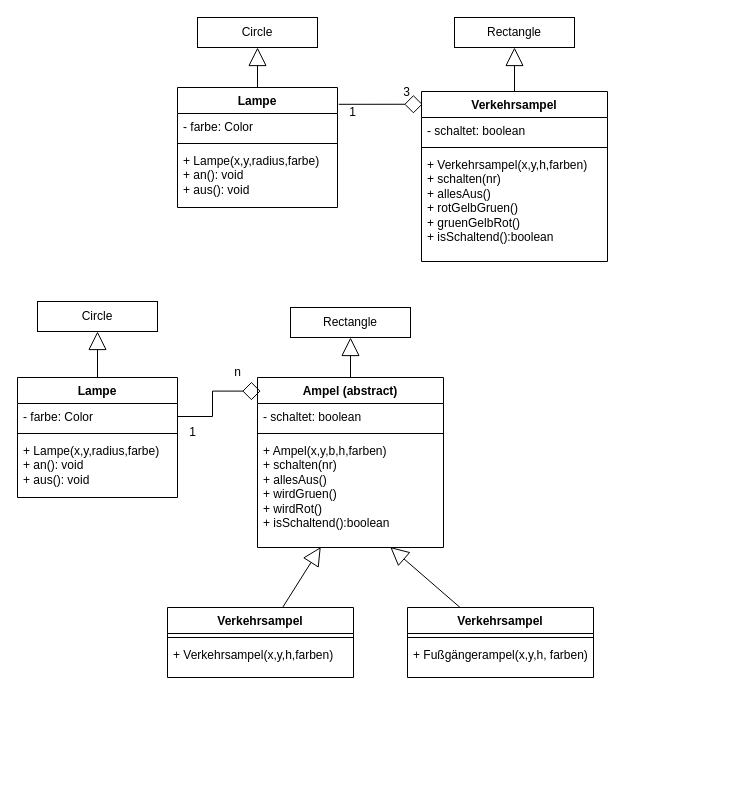
This is 00Informatik/OIDE_Ampel01/Ampel.drawio from Hi2272/Hi2272.github.io, a draw.io file, before an edit. Source tidied: cells renumbered, new cells numbered last; positions are measured from the earlier drawing's top-left corner, leaving out a move shared by most shapes. Both pictures are drawn from the tidied source at 100%, with x=0, y=0 at pixel (17, 17).
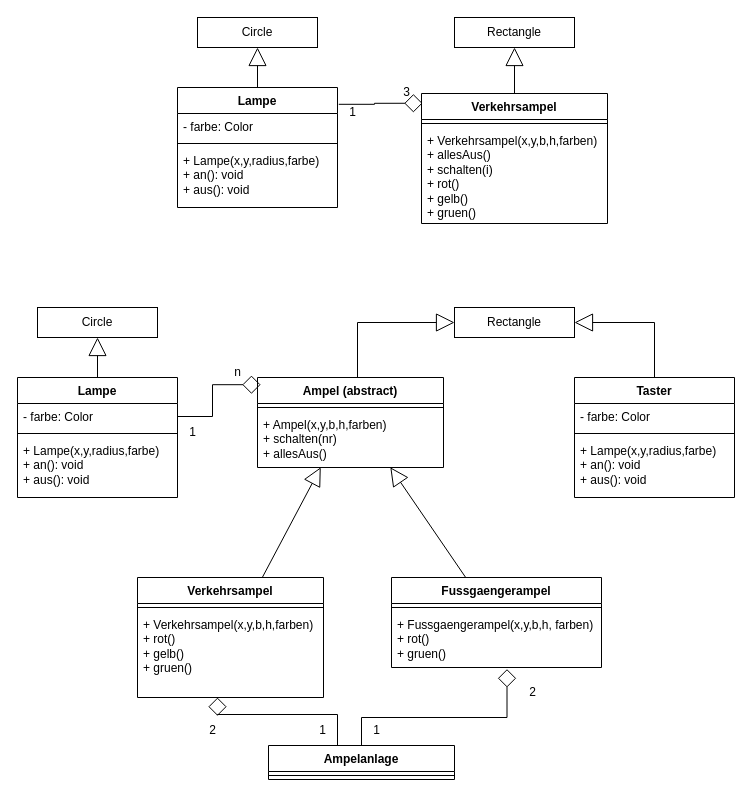
Above is the later version.

Diff of the diagram source:
```diff
@@
     <mxCell id="10" value="Verkehrsampel" style="swimlane;fontStyle=1;align=center;verticalAlign=top;horizontal=1;startSize=26;whiteSpace=wrap;html=1;" parent="1" vertex="1">
-      <mxGeometry x="404" y="74" width="186" height="170" as="geometry" />
+      <mxGeometry x="404" y="76" width="186" height="130" as="geometry" />
     </mxCell>
-    <mxCell id="11" value="- schaltet: boolean" style="text;strokeColor=none;fillColor=none;align=left;verticalAlign=top;spacingLeft=4;spacingRight=4;overflow=hidden;whiteSpace=wrap;html=1;" parent="10" vertex="1">
-      <mxGeometry y="26" width="186" height="26" as="geometry" />
-    </mxCell>
     <mxCell id="12" style="line;strokeWidth=1;fillColor=none;align=left;verticalAlign=middle;spacingTop=-1;spacingLeft=3;spacingRight=3;labelPosition=right;strokeColor=inherit;" parent="10" vertex="1">
-      <mxGeometry y="52" width="186" height="8" as="geometry" />
+      <mxGeometry y="26" width="186" height="8" as="geometry" />
     </mxCell>
-    <mxCell id="13" value="&lt;div&gt;+ Verkehrsampel(x,y,h,farben)&lt;/div&gt;+ schalten(nr)&lt;div&gt;+ allesAus()&lt;/div&gt;&lt;div&gt;+ rotGelbGruen()&lt;/div&gt;&lt;div&gt;+ gruenGelbRot()&lt;/div&gt;&lt;div&gt;+ isSchaltend():boolean&lt;/div&gt;" style="text;strokeColor=none;fillColor=none;align=left;verticalAlign=top;spacingLeft=4;spacingRight=4;overflow=hidden;whiteSpace=wrap;html=1;" parent="10" vertex="1">
-      <mxGeometry y="60" width="186" height="110" as="geometry" />
+    <mxCell id="13" value="&lt;div&gt;+ Verkehrsampel(x,y,b,h,farben)&lt;/div&gt;&lt;div&gt;+ allesAus()&lt;/div&gt;&lt;div&gt;+ schalten(i)&lt;/div&gt;&lt;div&gt;+ rot()&lt;/div&gt;&lt;div&gt;+ gelb()&lt;/div&gt;&lt;div&gt;+ gruen()&lt;/div&gt;" style="text;strokeColor=none;fillColor=none;align=left;verticalAlign=top;spacingLeft=4;spacingRight=4;overflow=hidden;whiteSpace=wrap;html=1;" parent="10" vertex="1">
+      <mxGeometry y="34" width="186" height="96" as="geometry" />
     </mxCell>
@@
-    <mxCell id="17" style="edgeStyle=orthogonalEdgeStyle;rounded=0;jettySize=auto;html=1;strokeColor=default;align=center;verticalAlign=middle;fontFamily=Helvetica;fontSize=11;fontColor=default;labelBackgroundColor=default;endArrow=block;endFill=0;endSize=16;" parent="1" edge="1" source="18" target="39">
-      <mxGeometry relative="1" as="geometry" />
+    <mxCell id="17" style="rounded=0;jettySize=auto;html=1;strokeColor=default;align=center;verticalAlign=middle;fontFamily=Helvetica;fontSize=11;fontColor=default;labelBackgroundColor=default;endArrow=block;endFill=0;endSize=16;edgeStyle=orthogonalEdgeStyle;" parent="1" edge="1" source="18" target="39">
+      <mxGeometry relative="1" as="geometry">
+        <Array as="points">
+          <mxPoint x="340" y="305" />
+        </Array>
+      </mxGeometry>
     </mxCell>
     <mxCell id="18" value="Ampel (abstract)" style="swimlane;fontStyle=1;align=center;verticalAlign=top;horizontal=1;startSize=26;whiteSpace=wrap;html=1;" parent="1" vertex="1">
-      <mxGeometry x="240" y="360" width="186" height="170" as="geometry" />
+      <mxGeometry x="240" y="360" width="186" height="90" as="geometry" />
     </mxCell>
-    <mxCell id="19" value="- schaltet: boolean" style="text;strokeColor=none;fillColor=none;align=left;verticalAlign=top;spacingLeft=4;spacingRight=4;overflow=hidden;whiteSpace=wrap;html=1;" parent="18" vertex="1">
-      <mxGeometry y="26" width="186" height="26" as="geometry" />
-    </mxCell>
     <mxCell id="20" style="line;strokeWidth=1;fillColor=none;align=left;verticalAlign=middle;spacingTop=-1;spacingLeft=3;spacingRight=3;labelPosition=right;strokeColor=inherit;" parent="18" vertex="1">
-      <mxGeometry y="52" width="186" height="8" as="geometry" />
+      <mxGeometry y="26" width="186" height="8" as="geometry" />
     </mxCell>
-    <mxCell id="21" value="&lt;div&gt;+ Ampel(x,y,b,h,farben)&lt;/div&gt;+ schalten(nr)&lt;div&gt;+ allesAus()&lt;/div&gt;&lt;div&gt;+ wirdGruen()&lt;/div&gt;&lt;div&gt;+ wirdRot()&lt;/div&gt;&lt;div&gt;+ isSchaltend():boolean&lt;/div&gt;" style="text;strokeColor=none;fillColor=none;align=left;verticalAlign=top;spacingLeft=4;spacingRight=4;overflow=hidden;points=[[0,0.5],[1,0.5]];portConstraint=eastwest;whiteSpace=wrap;html=1;" parent="18" vertex="1">
-      <mxGeometry y="60" width="186" height="110" as="geometry" />
+    <mxCell id="21" value="&lt;div&gt;+ Ampel(x,y,b,h,farben)&lt;/div&gt;+ schalten(nr)&lt;div&gt;+ allesAus()&lt;/div&gt;&lt;div&gt;&lt;br&gt;&lt;/div&gt;" style="text;strokeColor=none;fillColor=none;align=left;verticalAlign=top;spacingLeft=4;spacingRight=4;overflow=hidden;points=[[0,0.5],[1,0.5]];portConstraint=eastwest;whiteSpace=wrap;html=1;" parent="18" vertex="1">
+      <mxGeometry y="34" width="186" height="56" as="geometry" />
     </mxCell>
@@
     <mxCell id="30" value="Verkehrsampel" style="swimlane;fontStyle=1;align=center;verticalAlign=top;horizontal=1;startSize=26;whiteSpace=wrap;html=1;" parent="1" vertex="1">
-      <mxGeometry x="150" y="590" width="186" height="70" as="geometry" />
+      <mxGeometry x="120" y="560" width="186" height="120" as="geometry" />
     </mxCell>
@@
-    <mxCell id="32" value="&lt;div&gt;+ Verkehrsampel(x,y,h,farben)&lt;/div&gt;" style="text;strokeColor=none;fillColor=none;align=left;verticalAlign=top;spacingLeft=4;spacingRight=4;overflow=hidden;points=[[0,0.5],[1,0.5]];portConstraint=eastwest;whiteSpace=wrap;html=1;" parent="30" vertex="1">
-      <mxGeometry y="34" width="186" height="36" as="geometry" />
+    <mxCell id="32" value="&lt;div&gt;+ Verkehrsampel(x,y,b,h,farben)&lt;/div&gt;&lt;div&gt;+ rot()&lt;/div&gt;&lt;div&gt;+ gelb()&lt;/div&gt;&lt;div&gt;+ gruen()&lt;/div&gt;" style="text;strokeColor=none;fillColor=none;align=left;verticalAlign=top;spacingLeft=4;spacingRight=4;overflow=hidden;points=[[0,0.5],[1,0.5]];portConstraint=eastwest;whiteSpace=wrap;html=1;" parent="30" vertex="1">
+      <mxGeometry y="34" width="186" height="86" as="geometry" />
     </mxCell>
@@
-    <mxCell id="34" value="Verkehrsampel" style="swimlane;fontStyle=1;align=center;verticalAlign=top;horizontal=1;startSize=26;whiteSpace=wrap;html=1;" parent="1" vertex="1">
-      <mxGeometry x="390" y="590" width="186" height="70" as="geometry" />
+    <mxCell id="34" value="Fussgaengerampel" style="swimlane;fontStyle=1;align=center;verticalAlign=top;horizontal=1;startSize=26;whiteSpace=wrap;html=1;" parent="1" vertex="1">
+      <mxGeometry x="374" y="560" width="210" height="90" as="geometry" />
     </mxCell>
     <mxCell id="35" style="line;strokeWidth=1;fillColor=none;align=left;verticalAlign=middle;spacingTop=-1;spacingLeft=3;spacingRight=3;labelPosition=right;strokeColor=inherit;" parent="34" vertex="1">
-      <mxGeometry y="26" width="186" height="8" as="geometry" />
+      <mxGeometry y="26" width="210" height="8" as="geometry" />
     </mxCell>
-    <mxCell id="36" value="&lt;div&gt;+ Fußgängerampel(x,y,h, farben)&lt;/div&gt;" style="text;strokeColor=none;fillColor=none;align=left;verticalAlign=top;spacingLeft=4;spacingRight=4;overflow=hidden;points=[[0,0.5],[1,0.5]];portConstraint=eastwest;whiteSpace=wrap;html=1;" parent="34" vertex="1">
-      <mxGeometry y="34" width="186" height="36" as="geometry" />
+    <mxCell id="36" value="&lt;div&gt;+ Fussgaengerampel(x,y,b,h, farben)&lt;/div&gt;&lt;div&gt;+ rot()&lt;/div&gt;&lt;div&gt;+ gruen()&lt;/div&gt;" style="text;strokeColor=none;fillColor=none;align=left;verticalAlign=top;spacingLeft=4;spacingRight=4;overflow=hidden;points=[[0,0.5],[1,0.5]];portConstraint=eastwest;whiteSpace=wrap;html=1;" parent="34" vertex="1">
+      <mxGeometry y="34" width="210" height="56" as="geometry" />
     </mxCell>
@@
     <mxCell id="38" value="Circle" style="rounded=0;whiteSpace=wrap;html=1;" parent="1" vertex="1">
-      <mxGeometry x="20" y="284" width="120" height="30" as="geometry" />
+      <mxGeometry x="20" y="290" width="120" height="30" as="geometry" />
     </mxCell>
     <mxCell id="39" value="Rectangle" style="rounded=0;whiteSpace=wrap;html=1;" parent="1" vertex="1">
-      <mxGeometry x="273" y="290" width="120" height="30" as="geometry" />
+      <mxGeometry x="437" y="290" width="120" height="30" as="geometry" />
     </mxCell>
+    <mxCell id="40" value="Ampelanlage" style="swimlane;fontStyle=1;align=center;verticalAlign=top;horizontal=1;startSize=26;whiteSpace=wrap;html=1;" parent="1" vertex="1">
+      <mxGeometry x="251" y="728" width="186" height="34" as="geometry" />
+    </mxCell>
+    <mxCell id="41" style="line;strokeWidth=1;fillColor=none;align=left;verticalAlign=middle;spacingTop=-1;spacingLeft=3;spacingRight=3;labelPosition=right;strokeColor=inherit;" parent="40" vertex="1">
+      <mxGeometry y="26" width="186" height="8" as="geometry" />
+    </mxCell>
+    <mxCell id="42" style="edgeStyle=orthogonalEdgeStyle;rounded=0;jettySize=auto;html=1;endArrow=diamond;endFill=0;endSize=16;" parent="1" edge="1" source="40" target="32">
+      <mxGeometry relative="1" as="geometry">
+        <Array as="points">
+          <mxPoint x="320" y="697" />
+          <mxPoint x="200" y="697" />
+        </Array>
+      </mxGeometry>
+    </mxCell>
+    <mxCell id="43" style="edgeStyle=orthogonalEdgeStyle;rounded=0;jettySize=auto;html=1;entryX=0.55;entryY=1.028;entryDx=0;entryDy=0;entryPerimeter=0;endArrow=diamond;endFill=0;endSize=16;" parent="1" edge="1" source="40" target="36">
+      <mxGeometry relative="1" as="geometry">
+        <Array as="points">
+          <mxPoint x="344" y="700" />
+          <mxPoint x="489" y="700" />
+        </Array>
+      </mxGeometry>
+    </mxCell>
+    <mxCell id="44" value="2" style="text;html=1;align=center;verticalAlign=middle;strokeColor=none;fillColor=none;" parent="1" vertex="1">
+      <mxGeometry x="500" y="660" width="30" height="30" as="geometry" />
+    </mxCell>
+    <mxCell id="45" value="1" style="text;html=1;align=center;verticalAlign=middle;strokeColor=none;fillColor=none;" parent="1" vertex="1">
+      <mxGeometry x="344" y="698" width="30" height="30" as="geometry" />
+    </mxCell>
+    <mxCell id="46" value="1" style="text;html=1;align=center;verticalAlign=middle;strokeColor=none;fillColor=none;" parent="1" vertex="1">
+      <mxGeometry x="290" y="698" width="30" height="30" as="geometry" />
+    </mxCell>
+    <mxCell id="47" style="edgeStyle=orthogonalEdgeStyle;rounded=0;jettySize=auto;html=1;entryX=1;entryY=0.5;entryDx=0;entryDy=0;endArrow=block;endFill=0;endSize=16;" parent="1" edge="1" source="48" target="39">
+      <mxGeometry relative="1" as="geometry" />
+    </mxCell>
+    <mxCell id="48" value="Taster" style="swimlane;fontStyle=1;align=center;verticalAlign=top;horizontal=1;startSize=26;whiteSpace=wrap;html=1;" parent="1" vertex="1">
+      <mxGeometry x="557" y="360" width="160" height="120" as="geometry" />
+    </mxCell>
+    <mxCell id="49" value="- farbe: Color" style="text;strokeColor=none;fillColor=none;align=left;verticalAlign=top;spacingLeft=4;spacingRight=4;overflow=hidden;whiteSpace=wrap;html=1;" parent="48" vertex="1">
+      <mxGeometry y="26" width="160" height="26" as="geometry" />
+    </mxCell>
+    <mxCell id="50" style="line;strokeWidth=1;fillColor=none;align=left;verticalAlign=middle;spacingTop=-1;spacingLeft=3;spacingRight=3;labelPosition=right;strokeColor=inherit;" parent="48" vertex="1">
+      <mxGeometry y="52" width="160" height="8" as="geometry" />
+    </mxCell>
+    <mxCell id="51" value="&lt;div&gt;+ Lampe(x,y,radius,farbe)&lt;/div&gt;+ an(): void&lt;div&gt;+ aus(): void&lt;/div&gt;" style="text;strokeColor=none;fillColor=none;align=left;verticalAlign=top;spacingLeft=4;spacingRight=4;overflow=hidden;whiteSpace=wrap;html=1;" parent="48" vertex="1">
+      <mxGeometry y="60" width="160" height="60" as="geometry" />
+    </mxCell>
+    <mxCell id="52" value="2" style="text;html=1;align=center;verticalAlign=middle;strokeColor=none;fillColor=none;" parent="1" vertex="1">
+      <mxGeometry x="180" y="698" width="30" height="30" as="geometry" />
+    </mxCell>
```
